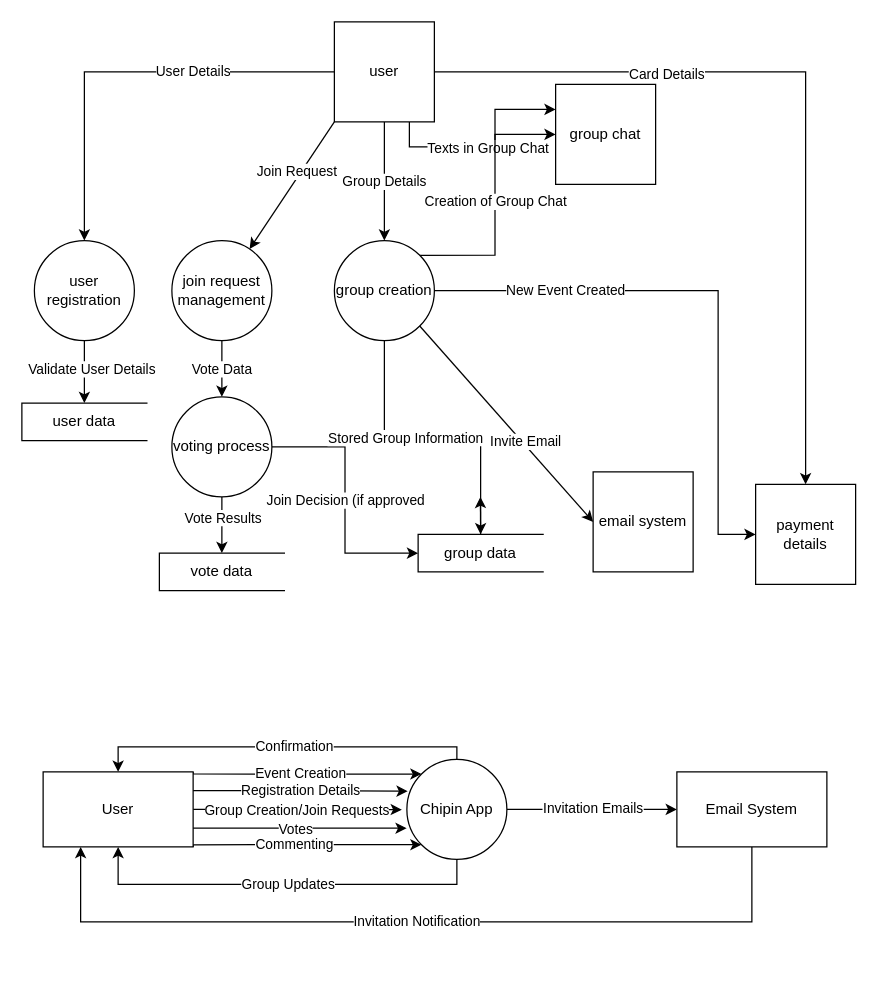
The draw.io diagram Software Engineering 2024 4 - Data Flow Diagrams.drawio in LaventD/ssa_project, before the edit. Source tidied: cells renumbered, new cells numbered last; positions are measured from the earlier drawing's top-left corner, leaving out a move shared by most shapes. Both pictures are drawn from the tidied source at 125%, with x=0, y=0 at pixel (21, 21).
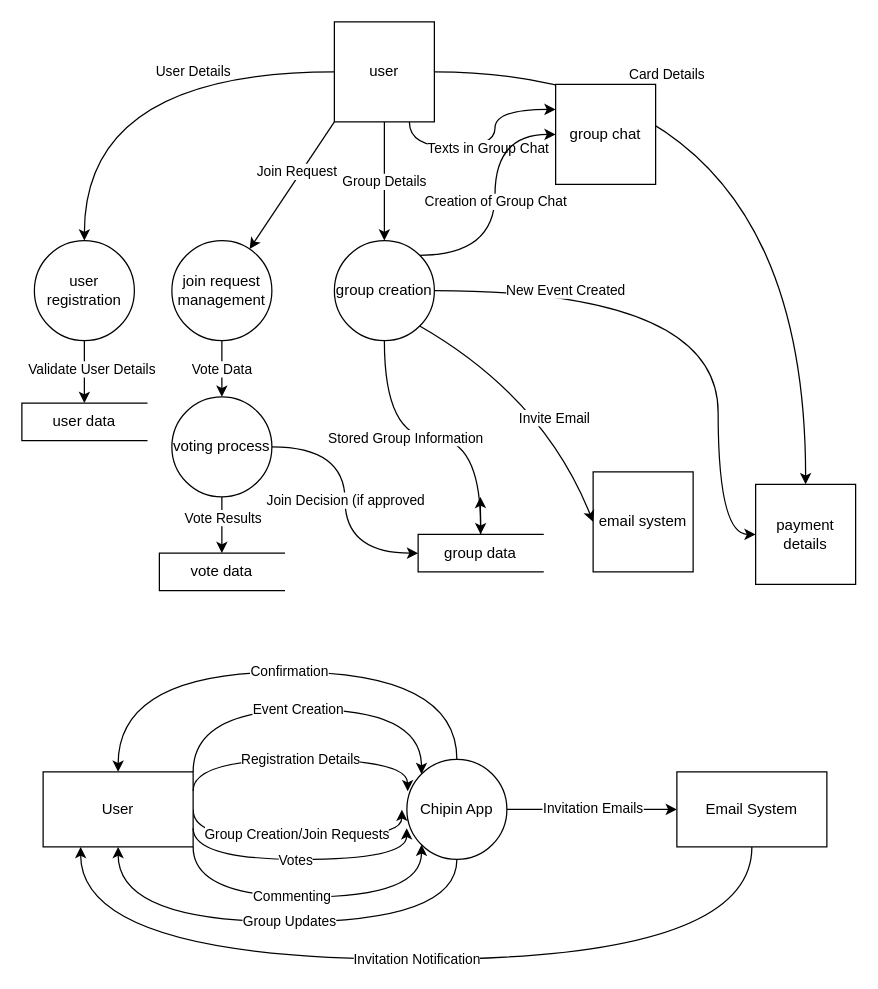
Above is the later version.

Unchanged cells that the change refers to:
```xml
<mxCell id="2" value="email system" style="whiteSpace=wrap;html=1;" parent="1" vertex="1">
  <mxGeometry x="457" y="360" width="80" height="80" as="geometry" />
</mxCell>
<mxCell id="5" value="user registration" style="ellipse;whiteSpace=wrap;html=1;" parent="1" vertex="1">
  <mxGeometry x="10" y="175" width="80" height="80" as="geometry" />
</mxCell>
<mxCell id="7" value="join request management" style="ellipse;whiteSpace=wrap;html=1;" parent="1" vertex="1">
  <mxGeometry x="120" y="175" width="80" height="80" as="geometry" />
</mxCell>
<mxCell id="11" value="voting process" style="ellipse;whiteSpace=wrap;html=1;" parent="1" vertex="1">
  <mxGeometry x="120" y="300" width="80" height="80" as="geometry" />
</mxCell>
<mxCell id="12" value="user data" style="html=1;dashed=0;whiteSpace=wrap;shape=partialRectangle;right=0;" parent="1" vertex="1">
  <mxGeometry y="305" width="100" height="30" as="geometry" />
</mxCell>
<mxCell id="14" value="group data" style="html=1;dashed=0;whiteSpace=wrap;shape=partialRectangle;right=0;" parent="1" vertex="1">
  <mxGeometry x="317" y="410" width="100" height="30" as="geometry" />
</mxCell>
<mxCell id="15" value="vote data" style="html=1;dashed=0;whiteSpace=wrap;shape=partialRectangle;right=0;" parent="1" vertex="1">
  <mxGeometry x="110" y="425" width="100" height="30" as="geometry" />
</mxCell>
<mxCell id="23" value="user" style="whiteSpace=wrap;html=1;" parent="1" vertex="1">
  <mxGeometry x="250" width="80" height="80" as="geometry" />
</mxCell>
<mxCell id="26" value="payment details" style="whiteSpace=wrap;html=1;" parent="1" vertex="1">
  <mxGeometry x="587" y="370" width="80" height="80" as="geometry" />
</mxCell>
<mxCell id="27" value="group chat" style="whiteSpace=wrap;html=1;" parent="1" vertex="1">
  <mxGeometry x="427" y="50" width="80" height="80" as="geometry" />
</mxCell>
<mxCell id="33" value="group creation" style="ellipse;whiteSpace=wrap;html=1;" parent="1" vertex="1">
  <mxGeometry x="250" y="175" width="80" height="80" as="geometry" />
</mxCell>
<mxCell id="42" value="Chipin App" style="ellipse;whiteSpace=wrap;html=1;" parent="1" vertex="1">
  <mxGeometry x="308" y="590" width="80" height="80" as="geometry" />
</mxCell>
<mxCell id="48" value="User" style="rounded=0;whiteSpace=wrap;html=1;" parent="1" vertex="1">
  <mxGeometry x="17" y="600" width="120" height="60" as="geometry" />
</mxCell>
<mxCell id="51" value="Email System" style="rounded=0;whiteSpace=wrap;html=1;" parent="1" vertex="1">
  <mxGeometry x="524" y="600" width="120" height="60" as="geometry" />
</mxCell>
```

The edit, as a diff of the source:
```diff
@@
-    <mxCell id="3" style="edgeStyle=orthogonalEdgeStyle;rounded=0;jettySize=auto;html=1;entryX=0.5;entryY=0;entryDx=0;entryDy=0;" parent="1" edge="1" source="5" target="12">
+    <mxCell id="3" style="edgeStyle=orthogonalEdgeStyle;rounded=0;jettySize=auto;html=1;entryX=0.5;entryY=0;entryDx=0;entryDy=0;curved=1;" parent="1" edge="1" source="5" target="12">
       <mxGeometry relative="1" as="geometry" />
     </mxCell>
@@
-    <mxCell id="6" value="Vote Data" style="edgeStyle=orthogonalEdgeStyle;rounded=0;jettySize=auto;html=1;entryX=0.5;entryY=0;entryDx=0;entryDy=0;" parent="1" edge="1" source="7" target="11">
+    <mxCell id="6" value="Vote Data" style="edgeStyle=orthogonalEdgeStyle;rounded=0;jettySize=auto;html=1;entryX=0.5;entryY=0;entryDx=0;entryDy=0;curved=1;" parent="1" edge="1" source="7" target="11">
       <mxGeometry relative="1" as="geometry" />
     </mxCell>
@@
-    <mxCell id="8" style="edgeStyle=orthogonalEdgeStyle;rounded=0;jettySize=auto;html=1;exitX=0.5;exitY=1;exitDx=0;exitDy=0;entryX=0.5;entryY=0;entryDx=0;entryDy=0;" parent="1" edge="1" source="11" target="15">
+    <mxCell id="8" style="edgeStyle=orthogonalEdgeStyle;rounded=0;jettySize=auto;html=1;exitX=0.5;exitY=1;exitDx=0;exitDy=0;entryX=0.5;entryY=0;entryDx=0;entryDy=0;curved=1;" parent="1" edge="1" source="11" target="15">
       <mxGeometry relative="1" as="geometry" />
     </mxCell>
@@
-    <mxCell id="10" value="Join Decision (if approved" style="edgeStyle=orthogonalEdgeStyle;rounded=0;jettySize=auto;html=1;entryX=0;entryY=0.5;entryDx=0;entryDy=0;" parent="1" edge="1" source="11" target="14">
+    <mxCell id="10" value="Join Decision (if approved" style="edgeStyle=orthogonalEdgeStyle;rounded=0;jettySize=auto;html=1;entryX=0;entryY=0.5;entryDx=0;entryDy=0;curved=1;" parent="1" edge="1" source="11" target="14">
       <mxGeometry relative="1" as="geometry" />
     </mxCell>
@@
-    <mxCell id="16" style="edgeStyle=orthogonalEdgeStyle;rounded=0;jettySize=auto;html=1;entryX=0.5;entryY=0;entryDx=0;entryDy=0;" parent="1" edge="1" source="23" target="5">
+    <mxCell id="16" style="edgeStyle=orthogonalEdgeStyle;rounded=0;jettySize=auto;html=1;entryX=0.5;entryY=0;entryDx=0;entryDy=0;curved=1;" parent="1" edge="1" source="23" target="5">
       <mxGeometry relative="1" as="geometry" />
     </mxCell>
@@
-    <mxCell id="18" value="Group Details" style="edgeStyle=orthogonalEdgeStyle;rounded=0;jettySize=auto;html=1;entryX=0.5;entryY=0;entryDx=0;entryDy=0;exitX=0.5;exitY=1;exitDx=0;exitDy=0;" parent="1" edge="1" source="23" target="33">
+    <mxCell id="18" value="Group Details" style="edgeStyle=orthogonalEdgeStyle;rounded=0;jettySize=auto;html=1;entryX=0.5;entryY=0;entryDx=0;entryDy=0;exitX=0.5;exitY=1;exitDx=0;exitDy=0;curved=1;" parent="1" edge="1" source="23" target="33">
       <mxGeometry relative="1" as="geometry" />
     </mxCell>
-    <mxCell id="19" style="edgeStyle=orthogonalEdgeStyle;rounded=0;jettySize=auto;html=1;exitX=1;exitY=0.5;exitDx=0;exitDy=0;entryX=0.5;entryY=0;entryDx=0;entryDy=0;" parent="1" edge="1" source="23" target="26">
+    <mxCell id="19" style="edgeStyle=orthogonalEdgeStyle;rounded=0;jettySize=auto;html=1;exitX=1;exitY=0.5;exitDx=0;exitDy=0;entryX=0.5;entryY=0;entryDx=0;entryDy=0;curved=1;" parent="1" edge="1" source="23" target="26">
       <mxGeometry relative="1" as="geometry" />
     </mxCell>
@@
-    <mxCell id="21" style="edgeStyle=orthogonalEdgeStyle;rounded=0;jettySize=auto;html=1;exitX=0.75;exitY=1;exitDx=0;exitDy=0;entryX=0;entryY=0.25;entryDx=0;entryDy=0;" parent="1" edge="1" source="23" target="27">
+    <mxCell id="21" style="edgeStyle=orthogonalEdgeStyle;rounded=0;jettySize=auto;html=1;exitX=0.75;exitY=1;exitDx=0;exitDy=0;entryX=0;entryY=0.25;entryDx=0;entryDy=0;curved=1;" parent="1" edge="1" source="23" target="27">
       <mxGeometry relative="1" as="geometry" />
     </mxCell>
@@
-    <mxCell id="24" style="endArrow=classic;html=1;rounded=0;exitX=0;exitY=1;exitDx=0;exitDy=0;" parent="1" edge="1" source="23" target="7">
+    <mxCell id="24" style="endArrow=classic;html=1;rounded=0;exitX=0;exitY=1;exitDx=0;exitDy=0;curved=1;" parent="1" edge="1" source="23" target="7">
       <mxGeometry relative="1" as="geometry" />
     </mxCell>
@@
-    <mxCell id="28" style="edgeStyle=orthogonalEdgeStyle;rounded=0;jettySize=auto;html=1;exitX=0.5;exitY=1;exitDx=0;exitDy=0;entryX=0.5;entryY=0;entryDx=0;entryDy=0;" parent="1" edge="1" source="33" target="14">
+    <mxCell id="28" style="edgeStyle=orthogonalEdgeStyle;rounded=0;jettySize=auto;html=1;exitX=0.5;exitY=1;exitDx=0;exitDy=0;entryX=0.5;entryY=0;entryDx=0;entryDy=0;curved=1;" parent="1" edge="1" source="33" target="14">
       <mxGeometry relative="1" as="geometry" />
     </mxCell>
@@
-    <mxCell id="30" style="edgeStyle=orthogonalEdgeStyle;rounded=0;jettySize=auto;html=1;exitX=1;exitY=0.5;exitDx=0;exitDy=0;entryX=0;entryY=0.5;entryDx=0;entryDy=0;" parent="1" edge="1" source="33" target="26">
+    <mxCell id="30" style="edgeStyle=orthogonalEdgeStyle;rounded=0;jettySize=auto;html=1;exitX=1;exitY=0.5;exitDx=0;exitDy=0;entryX=0;entryY=0.5;entryDx=0;entryDy=0;curved=1;" parent="1" edge="1" source="33" target="26">
       <mxGeometry relative="1" as="geometry">
         <Array as="points">
           <mxPoint x="557" y="215" />
           <mxPoint x="557" y="410" />
         </Array>
       </mxGeometry>
     </mxCell>
@@
-    <mxCell id="32" value="Creation of Group Chat" style="edgeStyle=orthogonalEdgeStyle;rounded=0;jettySize=auto;html=1;exitX=1;exitY=0;exitDx=0;exitDy=0;entryX=0;entryY=0.5;entryDx=0;entryDy=0;" parent="1" edge="1" source="33" target="27">
+    <mxCell id="32" value="Creation of Group Chat" style="edgeStyle=orthogonalEdgeStyle;rounded=0;jettySize=auto;html=1;exitX=1;exitY=0;exitDx=0;exitDy=0;entryX=0;entryY=0.5;entryDx=0;entryDy=0;curved=1;" parent="1" edge="1" source="33" target="27">
       <mxGeometry relative="1" as="geometry" />
     </mxCell>
@@
-    <mxCell id="34" style="endArrow=classic;html=1;rounded=0;exitX=1;exitY=1;exitDx=0;exitDy=0;entryX=0;entryY=0.5;entryDx=0;entryDy=0;" parent="1" edge="1" source="33" target="2">
-      <mxGeometry relative="1" as="geometry" />
+    <mxCell id="34" style="endArrow=classic;html=1;rounded=0;exitX=1;exitY=1;exitDx=0;exitDy=0;entryX=0;entryY=0.5;entryDx=0;entryDy=0;curved=1;" parent="1" edge="1" source="33" target="2">
+      <mxGeometry relative="1" as="geometry">
+        <Array as="points">
+          <mxPoint x="417" y="300" />
+        </Array>
+      </mxGeometry>
     </mxCell>
@@
-    <mxCell id="36" style="edgeStyle=orthogonalEdgeStyle;rounded=0;jettySize=auto;html=1;entryX=0.5;entryY=0;entryDx=0;entryDy=0;" parent="1" edge="1" source="42" target="48">
+    <mxCell id="36" style="edgeStyle=orthogonalEdgeStyle;rounded=0;jettySize=auto;html=1;entryX=0.5;entryY=0;entryDx=0;entryDy=0;curved=1;" parent="1" edge="1" source="42" target="48">
       <mxGeometry relative="1" as="geometry">
         <Array as="points">
-          <mxPoint x="348" y="580" />
-          <mxPoint x="77" y="580" />
+          <mxPoint x="348" y="520" />
+          <mxPoint x="77" y="520" />
         </Array>
       </mxGeometry>
     </mxCell>
@@
-    <mxCell id="38" style="edgeStyle=orthogonalEdgeStyle;rounded=0;jettySize=auto;html=1;exitX=0.5;exitY=1;exitDx=0;exitDy=0;entryX=0.5;entryY=1;entryDx=0;entryDy=0;" parent="1" edge="1" source="42" target="48">
-      <mxGeometry relative="1" as="geometry" />
+    <mxCell id="38" style="edgeStyle=orthogonalEdgeStyle;rounded=0;jettySize=auto;html=1;exitX=0.5;exitY=1;exitDx=0;exitDy=0;entryX=0.5;entryY=1;entryDx=0;entryDy=0;curved=1;" parent="1" edge="1" source="42" target="48">
+      <mxGeometry relative="1" as="geometry">
+        <Array as="points">
+          <mxPoint x="348" y="720" />
+          <mxPoint x="77" y="720" />
+        </Array>
+      </mxGeometry>
     </mxCell>
@@
-    <mxCell id="43" value="Group Creation/Join Requests" style="edgeStyle=orthogonalEdgeStyle;rounded=0;jettySize=auto;html=1;exitX=1;exitY=0.5;exitDx=0;exitDy=0;" parent="1" edge="1" source="48">
+    <mxCell id="43" value="Group Creation/Join Requests" style="edgeStyle=orthogonalEdgeStyle;rounded=0;jettySize=auto;html=1;exitX=1;exitY=0.5;exitDx=0;exitDy=0;curved=1;" parent="1" edge="1" source="48">
       <mxGeometry relative="1" as="geometry">
         <mxPoint x="304" y="630.2" as="targetPoint" />
+        <Array as="points">
+          <mxPoint x="221" y="650" />
+          <mxPoint x="221" y="650" />
+        </Array>
       </mxGeometry>
     </mxCell>
-    <mxCell id="44" style="edgeStyle=orthogonalEdgeStyle;rounded=0;jettySize=auto;html=1;exitX=1;exitY=0;exitDx=0;exitDy=0;entryX=0;entryY=0;entryDx=0;entryDy=0;" parent="1" edge="1" source="48" target="42">
+    <mxCell id="44" style="edgeStyle=orthogonalEdgeStyle;rounded=0;jettySize=auto;html=1;exitX=1;exitY=0;exitDx=0;exitDy=0;entryX=0;entryY=0;entryDx=0;entryDy=0;curved=1;" parent="1" edge="1" source="48" target="42">
       <mxGeometry relative="1" as="geometry">
         <Array as="points">
-          <mxPoint x="137" y="602" />
+          <mxPoint x="137" y="550" />
+          <mxPoint x="320" y="550" />
         </Array>
       </mxGeometry>
     </mxCell>
@@
-    <mxCell id="46" style="edgeStyle=orthogonalEdgeStyle;rounded=0;jettySize=auto;html=1;exitX=1;exitY=1;exitDx=0;exitDy=0;entryX=0;entryY=1;entryDx=0;entryDy=0;" parent="1" edge="1" source="48" target="42">
+    <mxCell id="46" style="edgeStyle=orthogonalEdgeStyle;rounded=0;jettySize=auto;html=1;exitX=1;exitY=1;exitDx=0;exitDy=0;entryX=0;entryY=1;entryDx=0;entryDy=0;curved=1;" parent="1" edge="1" source="48" target="42">
       <mxGeometry relative="1" as="geometry">
         <Array as="points">
-          <mxPoint x="137" y="658" />
+          <mxPoint x="137" y="700" />
+          <mxPoint x="320" y="700" />
         </Array>
       </mxGeometry>
     </mxCell>
@@
-    <mxCell id="49" style="edgeStyle=orthogonalEdgeStyle;rounded=0;jettySize=auto;html=1;entryX=0.25;entryY=1;entryDx=0;entryDy=0;" parent="1" edge="1" source="51" target="48">
+    <mxCell id="49" style="edgeStyle=orthogonalEdgeStyle;rounded=0;jettySize=auto;html=1;entryX=0.25;entryY=1;entryDx=0;entryDy=0;curved=1;" parent="1" edge="1" source="51" target="48">
       <mxGeometry relative="1" as="geometry">
         <Array as="points">
-          <mxPoint x="584" y="720" />
-          <mxPoint x="47" y="720" />
+          <mxPoint x="584" y="750" />
+          <mxPoint x="47" y="750" />
         </Array>
       </mxGeometry>
     </mxCell>
@@
-    <mxCell id="52" value="Registration Details" style="edgeStyle=orthogonalEdgeStyle;rounded=0;jettySize=auto;html=1;exitX=1;exitY=0.25;exitDx=0;exitDy=0;entryX=0.008;entryY=0.318;entryDx=0;entryDy=0;entryPerimeter=0;" parent="1" edge="1" source="48" target="42">
-      <mxGeometry relative="1" as="geometry" />
+    <mxCell id="52" value="Registration Details" style="edgeStyle=orthogonalEdgeStyle;rounded=0;jettySize=auto;html=1;exitX=1;exitY=0.25;exitDx=0;exitDy=0;entryX=0.008;entryY=0.318;entryDx=0;entryDy=0;entryPerimeter=0;curved=1;" parent="1" edge="1" source="48" target="42">
+      <mxGeometry relative="1" as="geometry">
+        <Array as="points">
+          <mxPoint x="137" y="590" />
+          <mxPoint x="309" y="590" />
+        </Array>
+      </mxGeometry>
     </mxCell>
-    <mxCell id="53" style="edgeStyle=orthogonalEdgeStyle;rounded=0;jettySize=auto;html=1;exitX=1;exitY=0.75;exitDx=0;exitDy=0;entryX=-0.002;entryY=0.688;entryDx=0;entryDy=0;entryPerimeter=0;" parent="1" edge="1" source="48" target="42">
-      <mxGeometry relative="1" as="geometry" />
+    <mxCell id="53" style="edgeStyle=orthogonalEdgeStyle;rounded=0;jettySize=auto;html=1;exitX=1;exitY=0.75;exitDx=0;exitDy=0;entryX=-0.002;entryY=0.688;entryDx=0;entryDy=0;entryPerimeter=0;curved=1;" parent="1" edge="1" source="48" target="42">
+      <mxGeometry relative="1" as="geometry">
+        <Array as="points">
+          <mxPoint x="137" y="670" />
+          <mxPoint x="308" y="670" />
+        </Array>
+      </mxGeometry>
     </mxCell>
```
